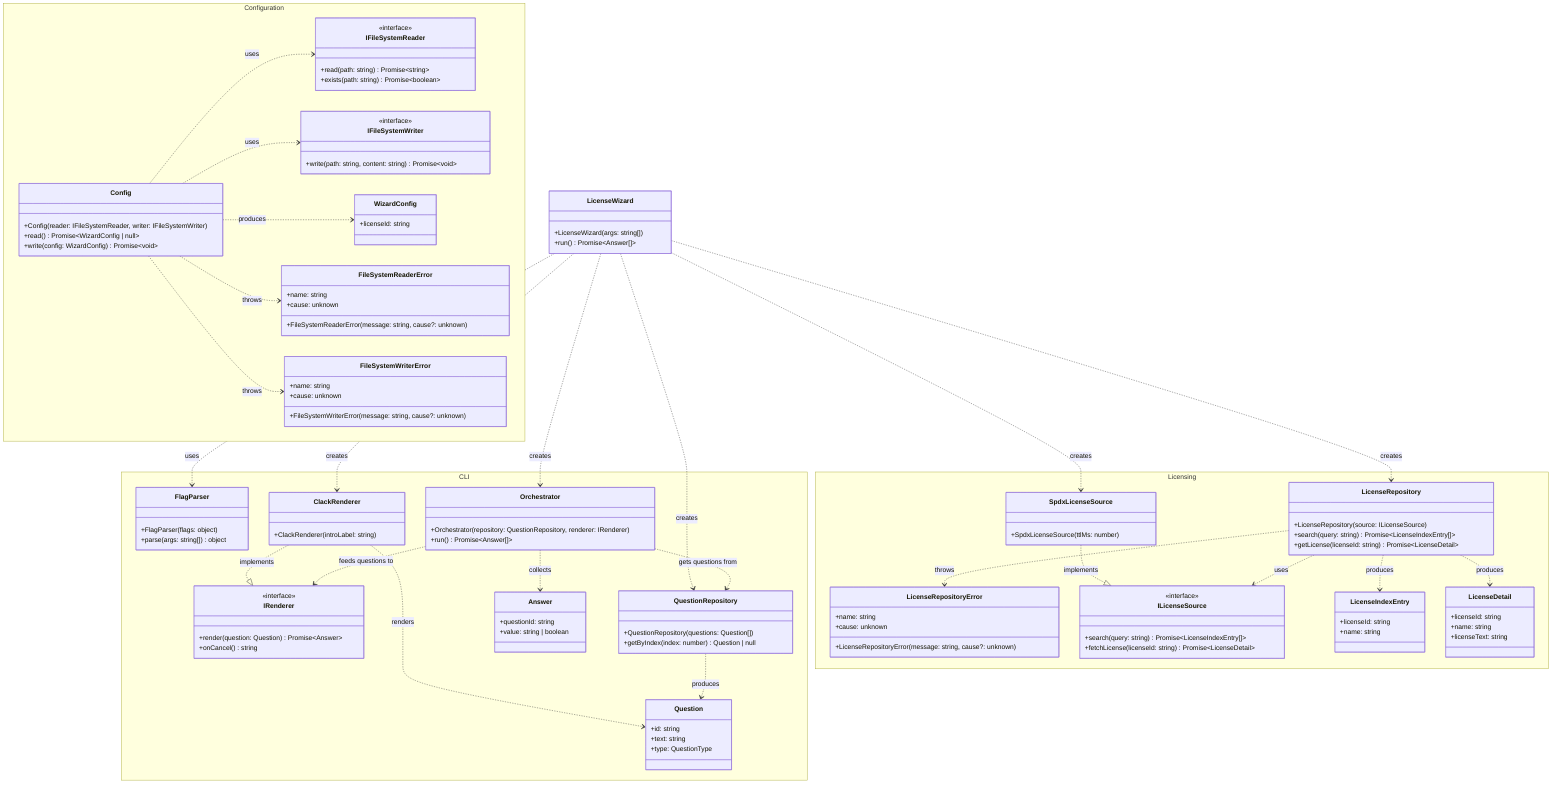
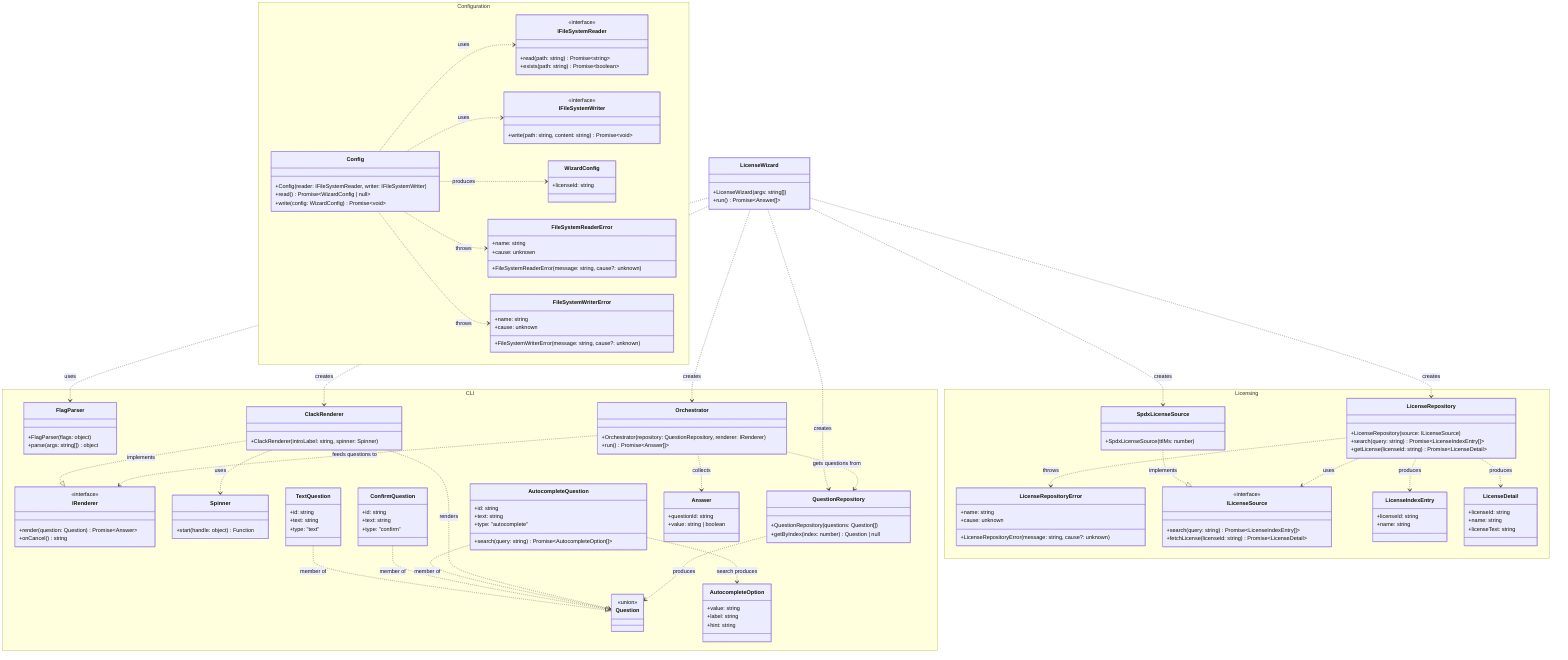
classDiagram
  direction TB

  class LicenseWizard {
    +LicenseWizard(args: string[])
    +run() Promise~Answer[]~
  }

  namespace CLI {
    class FlagParser {
      +FlagParser(flags: object)
      +parse(args: string[]) object
    }

    class Orchestrator {
      +Orchestrator(repository: QuestionRepository, renderer: IRenderer)
      +run() Promise~Answer[]~
    }

    class IRenderer {
      <<interface>>
      +render(question: Question) Promise~Answer~
      +onCancel() string
    }

    class ClackRenderer {
-       +ClackRenderer(introLabel: string)
+       +ClackRenderer(introLabel: string, spinner: Spinner)
+     }
+ 
+     class Spinner {
+       +start(handle: object) Function
    }

    class QuestionRepository {
      +QuestionRepository(questions: Question[])
      +getByIndex(index: number) Question | null
    }

    class Question {
+       <<union>>
+     }
+ 
+     class TextQuestion {
      +id: string
      +text: string
-       +type: QuestionType
+       +type: "text"
+     }
+ 
+     class ConfirmQuestion {
+       +id: string
+       +text: string
+       +type: "confirm"
+     }
+ 
+     class AutocompleteQuestion {
+       +id: string
+       +text: string
+       +type: "autocomplete"
+       +search(query: string) Promise~AutocompleteOption[]~
+     }
+ 
+     class AutocompleteOption {
+       +value: string
+       +label: string
+       +hint: string
    }

    class Answer {
      +questionId: string
      +value: string | boolean
    }
  }

  namespace Licensing {
    class LicenseRepository {
      +LicenseRepository(source: ILicenseSource)
      +search(query: string) Promise~LicenseIndexEntry[]~
      +getLicense(licenseId: string) Promise~LicenseDetail~
    }

    class LicenseRepositoryError {
      +name: string
      +cause: unknown
      +LicenseRepositoryError(message: string, cause?: unknown)
    }

    class ILicenseSource {
      <<interface>>
      +search(query: string) Promise~LicenseIndexEntry[]~
      +fetchLicense(licenseId: string) Promise~LicenseDetail~
    }

    class SpdxLicenseSource {
      +SpdxLicenseSource(ttlMs: number)
    }

    class LicenseIndexEntry {
      +licenseId: string
      +name: string
    }

    class LicenseDetail {
      +licenseId: string
      +name: string
      +licenseText: string
    }
  }

  namespace Configuration {
    class IFileSystemReader {
      <<interface>>
      +read(path: string) Promise~string~
      +exists(path: string) Promise~boolean~
    }

    class IFileSystemWriter {
      <<interface>>
      +write(path: string, content: string) Promise~void~
    }

    class FileSystemReaderError {
      +name: string
      +cause: unknown
      +FileSystemReaderError(message: string, cause?: unknown)
    }

    class FileSystemWriterError {
      +name: string
      +cause: unknown
      +FileSystemWriterError(message: string, cause?: unknown)
    }

    class WizardConfig {
      +licenseId: string
    }

    class Config {
      +Config(reader: IFileSystemReader, writer: IFileSystemWriter)
      +read() Promise~WizardConfig | null~
      +write(config: WizardConfig) Promise~void~
    }
  }

+   TextQuestion ..|> Question : member of
+   ConfirmQuestion ..|> Question : member of
+   AutocompleteQuestion ..|> Question : member of
  ClackRenderer ..|> IRenderer : implements
+   ClackRenderer ..> Spinner : uses
  LicenseWizard ..> FlagParser : uses
  LicenseWizard ..> QuestionRepository : creates
  LicenseWizard ..> ClackRenderer : creates
  LicenseWizard ..> Orchestrator : creates
  LicenseWizard ..> SpdxLicenseSource : creates
  LicenseWizard ..> LicenseRepository : creates
  Orchestrator ..> QuestionRepository : gets questions from
  Orchestrator ..> IRenderer : feeds questions to
  ClackRenderer ..> Question : renders
  QuestionRepository ..> Question : produces
+   AutocompleteQuestion ..> AutocompleteOption : search produces
  Orchestrator ..> Answer : collects
  SpdxLicenseSource ..|> ILicenseSource : implements
  LicenseRepository ..> ILicenseSource : uses
  LicenseRepository ..> LicenseIndexEntry : produces
  LicenseRepository ..> LicenseDetail : produces
  LicenseRepository ..> LicenseRepositoryError : throws
  Config ..> IFileSystemReader : uses
  Config ..> IFileSystemWriter : uses
  Config ..> WizardConfig : produces
  Config ..> FileSystemReaderError : throws
  Config ..> FileSystemWriterError : throws
